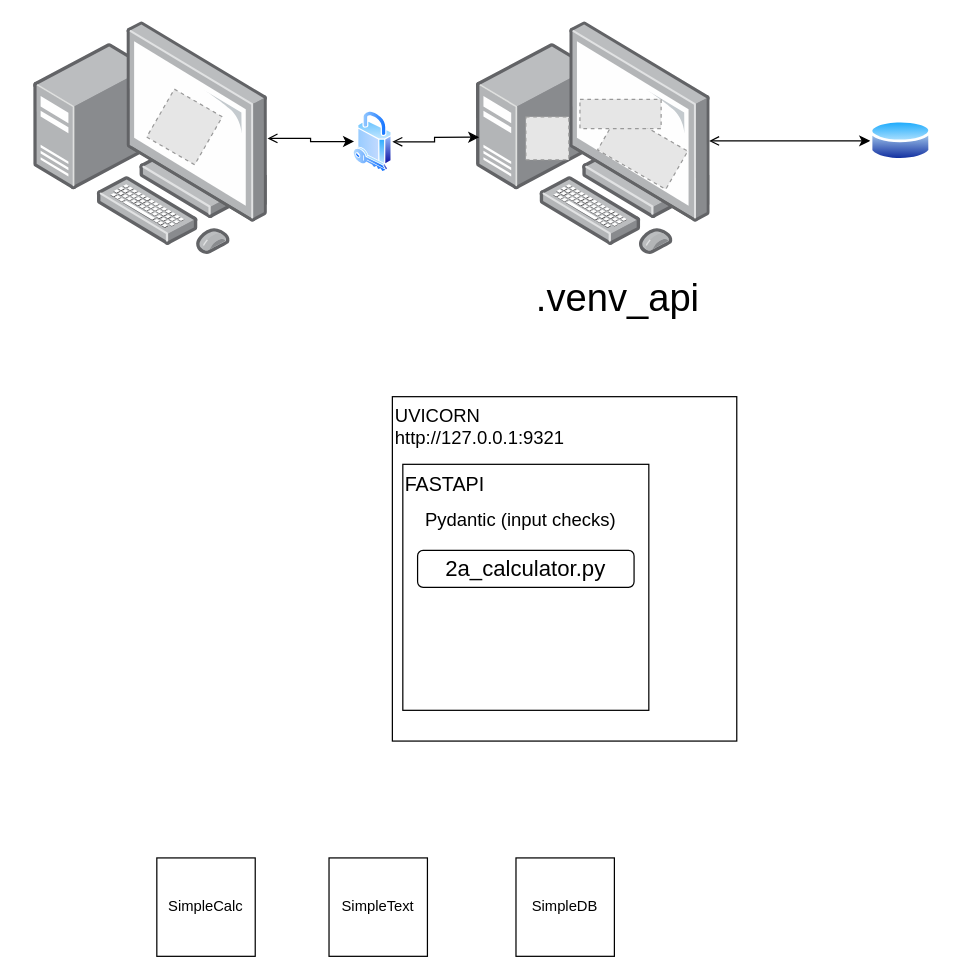
nickdelgiudice/GenAIEngineering-Cohort1 keeps this draw.io diagram as BaseCamp2/Day_1/7_RenderCom_architecture.drawio. Above is the earlier version. Source tidied: cells renumbered, new cells numbered last; positions are measured from the earlier drawing's top-left corner, leaving out a move shared by most shapes. Both pictures are drawn from the tidied source at 123%, with x=0, y=0 at pixel (33, 21). Pictures stored in the file or linked from it are replaced by grey dashed boxes.
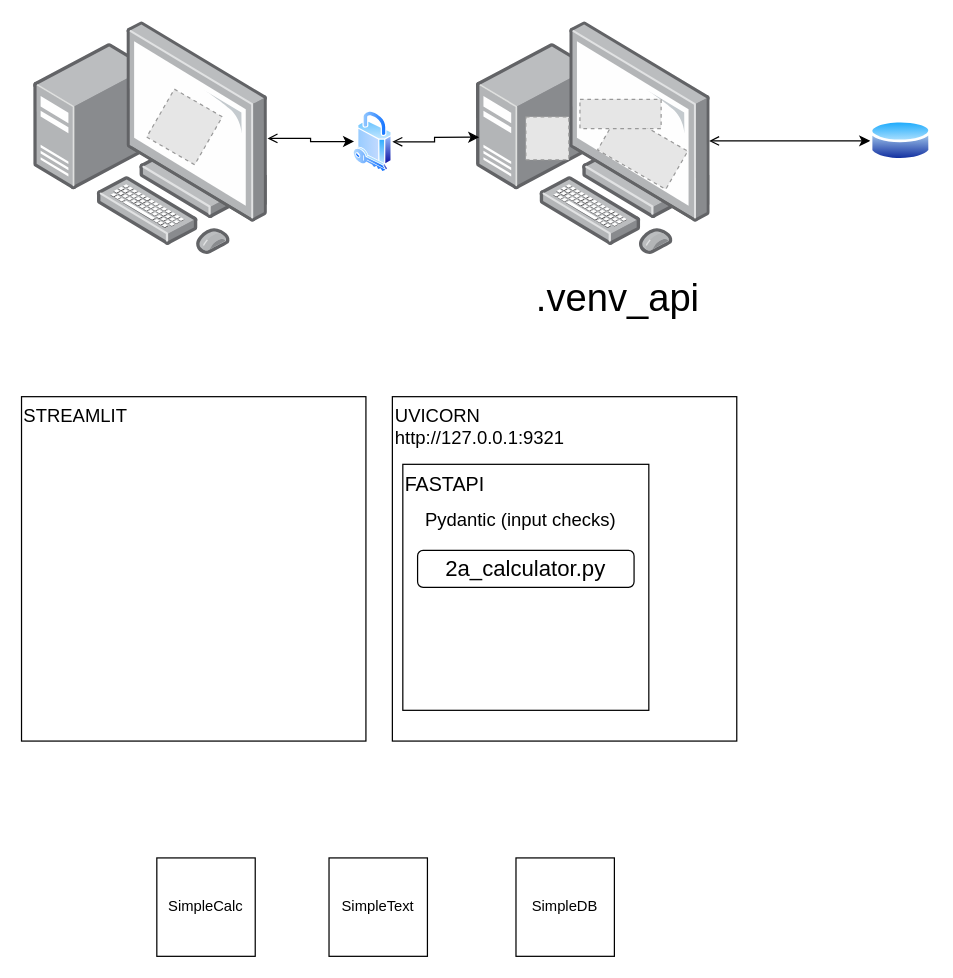
The same diagram, later.

Commit message (it also covers changes not shown here):
archi docs updates from previous days

The edit, as a diff of the source:
```diff
@@
+    <mxCell id="23" value="&lt;font style=&quot;font-size: 15px;&quot;&gt;STREAMLIT&lt;/font&gt;&lt;div&gt;&lt;font style=&quot;font-size: 15px;&quot;&gt;&amp;nbsp;&lt;/font&gt;&lt;/div&gt;" style="whiteSpace=wrap;html=1;align=left;verticalAlign=top;" parent="1" vertex="1">
+      <mxGeometry x="-10" y="305" width="280" height="280" as="geometry" />
+    </mxCell>
```
